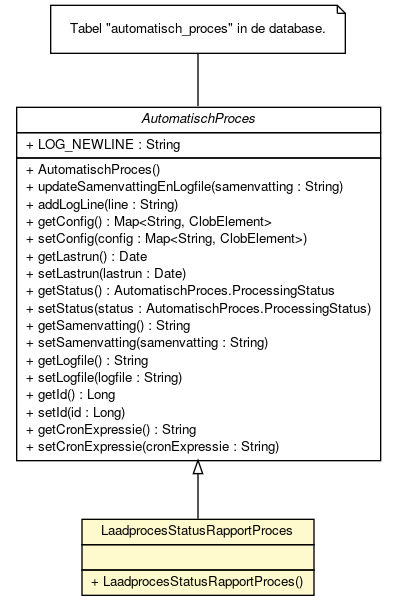
B3Partners/brmo keeps this Graphviz diagram as brmo-persistence/apidocs/nl/b3p/brmo/persistence/staging/LaadprocesStatusRapportProces.png. Above is the earlier version. Its source is kept beside it as brmo-persistence/apidocs/nl/b3p/brmo/persistence/staging/LaadprocesStatusRapportProces.dot. Source of this version:
```dot

digraph G {
	edge [fontname="Helvetica",fontsize=10,labelfontname="Helvetica",labelfontsize=10];
	node [fontname="Helvetica",fontsize=10,shape=plaintext];
	nodesep=0.25;
	ranksep=0.5;
	c583 [label=<<table title="nl.b3p.brmo.persistence.staging.AutomatischProces" border="0" cellborder="1" cellspacing="0" cellpadding="2" port="p" href="./AutomatischProces.html">
		<tr><td><table border="0" cellspacing="0" cellpadding="1">
<tr><td align="center" balign="center"><font face="Helvetica-Oblique"> AutomatischProces </font></td></tr>
		</table></td></tr>
		<tr><td><table border="0" cellspacing="0" cellpadding="1">
<tr><td align="left" balign="left"> + LOG_NEWLINE : String </td></tr>
		</table></td></tr>
		<tr><td><table border="0" cellspacing="0" cellpadding="1">
<tr><td align="left" balign="left"> + AutomatischProces() </td></tr>
<tr><td align="left" balign="left"> + updateSamenvattingEnLogfile(samenvatting : String) </td></tr>
<tr><td align="left" balign="left"> + addLogLine(line : String) </td></tr>
<tr><td align="left" balign="left"> + getConfig() : Map&lt;String, ClobElement&gt; </td></tr>
<tr><td align="left" balign="left"> + setConfig(config : Map&lt;String, ClobElement&gt;) </td></tr>
<tr><td align="left" balign="left"> + getLastrun() : Date </td></tr>
<tr><td align="left" balign="left"> + setLastrun(lastrun : Date) </td></tr>
<tr><td align="left" balign="left"> + getStatus() : AutomatischProces.ProcessingStatus </td></tr>
<tr><td align="left" balign="left"> + setStatus(status : AutomatischProces.ProcessingStatus) </td></tr>
<tr><td align="left" balign="left"> + getSamenvatting() : String </td></tr>
<tr><td align="left" balign="left"> + setSamenvatting(samenvatting : String) </td></tr>
<tr><td align="left" balign="left"> + getLogfile() : String </td></tr>
<tr><td align="left" balign="left"> + setLogfile(logfile : String) </td></tr>
<tr><td align="left" balign="left"> + getId() : Long </td></tr>
<tr><td align="left" balign="left"> + setId(id : Long) </td></tr>
<tr><td align="left" balign="left"> + getCronExpressie() : String </td></tr>
<tr><td align="left" balign="left"> + setCronExpressie(cronExpressie : String) </td></tr>
		</table></td></tr>
		</table>>, URL="./AutomatischProces.html", fontname="Helvetica", fontcolor="black", fontsize=10.0];
	n0cc583 [label=<<table title="nl.b3p.brmo.persistence.staging.AutomatischProces" border="0" cellborder="0" cellspacing="0" cellpadding="2" port="p" href="./AutomatischProces.html">
		<tr><td><table border="0" cellspacing="0" cellpadding="1">
<tr><td align="left" balign="left"> Tabel "automatisch_proces" in de database. </td></tr>
		</table></td></tr>
		</table>>, fontname="Helvetica", fontcolor="black", fontsize=10.0, shape=note];
	n0cc583 -> c583:p[arrowhead=none];
	c603 [label=<<table title="nl.b3p.brmo.persistence.staging.LaadprocesStatusRapportProces" border="0" cellborder="1" cellspacing="0" cellpadding="2" port="p" bgcolor="lemonChiffon" href="./LaadprocesStatusRapportProces.html">
		<tr><td><table border="0" cellspacing="0" cellpadding="1">
<tr><td align="center" balign="center"> LaadprocesStatusRapportProces </td></tr>
		</table></td></tr>
		<tr><td><table border="0" cellspacing="0" cellpadding="1">
<tr><td align="left" balign="left">  </td></tr>
		</table></td></tr>
		<tr><td><table border="0" cellspacing="0" cellpadding="1">
<tr><td align="left" balign="left"> + LaadprocesStatusRapportProces() </td></tr>
		</table></td></tr>
		</table>>, URL="./LaadprocesStatusRapportProces.html", fontname="Helvetica", fontcolor="black", fontsize=10.0];
	c583:p -> c603:p [dir=back,arrowtail=empty];
}
```
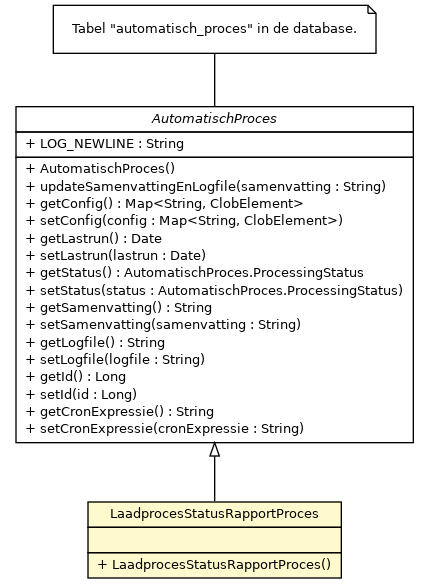
After the commit.

The edit, as a diff of the source:
```diff
@@ -4,7 +4,7 @@
 	node [fontname="Helvetica",fontsize=10,shape=plaintext];
 	nodesep=0.25;
 	ranksep=0.5;
-	c583 [label=<<table title="nl.b3p.brmo.persistence.staging.AutomatischProces" border="0" cellborder="1" cellspacing="0" cellpadding="2" port="p" href="./AutomatischProces.html">
+	c641 [label=<<table title="nl.b3p.brmo.persistence.staging.AutomatischProces" border="0" cellborder="1" cellspacing="0" cellpadding="2" port="p" href="./AutomatischProces.html">
 		<tr><td><table border="0" cellspacing="0" cellpadding="1">
 <tr><td align="center" balign="center"><font face="Helvetica-Oblique"> AutomatischProces </font></td></tr>
 		</table></td></tr>
@@ -14,7 +14,6 @@
 		<tr><td><table border="0" cellspacing="0" cellpadding="1">
 <tr><td align="left" balign="left"> + AutomatischProces() </td></tr>
 <tr><td align="left" balign="left"> + updateSamenvattingEnLogfile(samenvatting : String) </td></tr>
-<tr><td align="left" balign="left"> + addLogLine(line : String) </td></tr>
 <tr><td align="left" balign="left"> + getConfig() : Map&lt;String, ClobElement&gt; </td></tr>
 <tr><td align="left" balign="left"> + setConfig(config : Map&lt;String, ClobElement&gt;) </td></tr>
 <tr><td align="left" balign="left"> + getLastrun() : Date </td></tr>
@@ -31,13 +30,13 @@
 <tr><td align="left" balign="left"> + setCronExpressie(cronExpressie : String) </td></tr>
 		</table></td></tr>
 		</table>>, URL="./AutomatischProces.html", fontname="Helvetica", fontcolor="black", fontsize=10.0];
-	n0cc583 [label=<<table title="nl.b3p.brmo.persistence.staging.AutomatischProces" border="0" cellborder="0" cellspacing="0" cellpadding="2" port="p" href="./AutomatischProces.html">
+	n0cc641 [label=<<table title="nl.b3p.brmo.persistence.staging.AutomatischProces" border="0" cellborder="0" cellspacing="0" cellpadding="2" port="p" href="./AutomatischProces.html">
 		<tr><td><table border="0" cellspacing="0" cellpadding="1">
 <tr><td align="left" balign="left"> Tabel "automatisch_proces" in de database. </td></tr>
 		</table></td></tr>
 		</table>>, fontname="Helvetica", fontcolor="black", fontsize=10.0, shape=note];
-	n0cc583 -> c583:p[arrowhead=none];
-	c603 [label=<<table title="nl.b3p.brmo.persistence.staging.LaadprocesStatusRapportProces" border="0" cellborder="1" cellspacing="0" cellpadding="2" port="p" bgcolor="lemonChiffon" href="./LaadprocesStatusRapportProces.html">
+	n0cc641 -> c641:p[arrowhead=none];
+	c644 [label=<<table title="nl.b3p.brmo.persistence.staging.LaadprocesStatusRapportProces" border="0" cellborder="1" cellspacing="0" cellpadding="2" port="p" bgcolor="lemonChiffon" href="./LaadprocesStatusRapportProces.html">
 		<tr><td><table border="0" cellspacing="0" cellpadding="1">
 <tr><td align="center" balign="center"> LaadprocesStatusRapportProces </td></tr>
 		</table></td></tr>
@@ -48,5 +47,5 @@
 <tr><td align="left" balign="left"> + LaadprocesStatusRapportProces() </td></tr>
 		</table></td></tr>
 		</table>>, URL="./LaadprocesStatusRapportProces.html", fontname="Helvetica", fontcolor="black", fontsize=10.0];
-	c583:p -> c603:p [dir=back,arrowtail=empty];
+	c641:p -> c644:p [dir=back,arrowtail=empty];
 }
```
